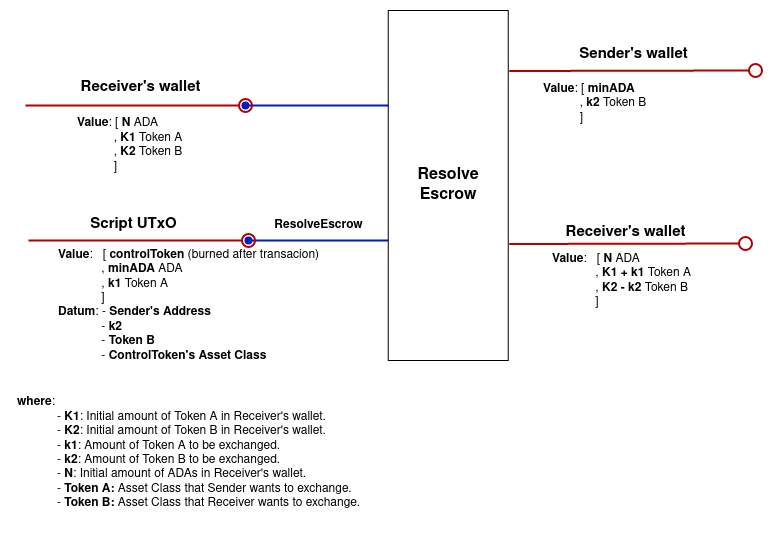
Earlier version of the draw.io export tutorial/img/resolveEscrow.png (mrpejker/cardano-e2e-example). Source tidied: cells renumbered, new cells last; positions are measured from the earlier drawing's top-left corner, leaving out a move shared by most shapes.
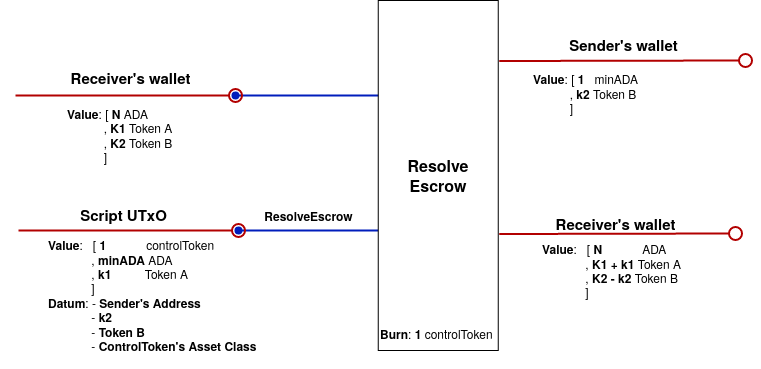
Above is the later version.

Change to the diagram source:
```diff
@@ -32,16 +32,16 @@
     <mxCell id="8" value="&lt;div style=&quot;&quot;&gt;&lt;b&gt;Value&lt;/b&gt;: [ &lt;b&gt;N&lt;/b&gt; ADA&lt;/div&gt;&lt;div style=&quot;&quot;&gt;&amp;nbsp;&amp;nbsp;&amp;nbsp;&amp;nbsp;&amp;nbsp;&amp;nbsp;&amp;nbsp;&amp;nbsp;&amp;nbsp;&amp;nbsp; , &lt;b&gt;K1&lt;/b&gt; Token A&lt;br&gt;&lt;/div&gt;&lt;div style=&quot;&quot;&gt;&amp;nbsp;&amp;nbsp;&amp;nbsp;&amp;nbsp;&amp;nbsp;&amp;nbsp;&amp;nbsp;&amp;nbsp;&amp;nbsp;&amp;nbsp; , &lt;b&gt;K2&lt;/b&gt; Token B&lt;br&gt;&lt;/div&gt;&lt;div style=&quot;&quot;&gt;&amp;nbsp;&amp;nbsp;&amp;nbsp;&amp;nbsp;&amp;nbsp;&amp;nbsp;&amp;nbsp;&amp;nbsp;&amp;nbsp;&amp;nbsp; ]&lt;/div&gt;" style="text;html=1;align=left;verticalAlign=middle;strokeColor=none;fillColor=none;" parent="1" vertex="1">
       <mxGeometry x="60" y="100" width="130" height="70" as="geometry" />
     </mxCell>
-    <mxCell id="9" value="&lt;div style=&quot;caret-color: rgb(0, 0, 0); color: rgb(0, 0, 0); font-family: Helvetica; font-size: 12px; font-style: normal; font-variant-caps: normal; letter-spacing: normal; text-align: left; text-indent: 0px; text-transform: none; word-spacing: 0px; -webkit-text-stroke-width: 0px; text-decoration: none;&quot;&gt;&lt;span style=&quot;font-weight: 400;&quot;&gt;&lt;b&gt;Value&lt;/b&gt;: [ &lt;/span&gt;&lt;b&gt;minADA&lt;/b&gt;&lt;/div&gt;&lt;div style=&quot;caret-color: rgb(0, 0, 0); color: rgb(0, 0, 0); font-family: Helvetica; font-size: 12px; font-style: normal; font-variant-caps: normal; letter-spacing: normal; text-align: left; text-indent: 0px; text-transform: none; word-spacing: 0px; -webkit-text-stroke-width: 0px; text-decoration: none;&quot;&gt;&amp;nbsp; &amp;nbsp; &amp;nbsp; &amp;nbsp; &amp;nbsp;&amp;nbsp; , &lt;b&gt;k2&lt;/b&gt; Token B&lt;br&gt;&lt;/div&gt;&lt;div style=&quot;caret-color: rgb(0, 0, 0); color: rgb(0, 0, 0); font-family: Helvetica; font-size: 12px; font-style: normal; font-variant-caps: normal; letter-spacing: normal; text-align: left; text-indent: 0px; text-transform: none; word-spacing: 0px; -webkit-text-stroke-width: 0px; text-decoration: none;&quot;&gt;&amp;nbsp;&amp;nbsp;&amp;nbsp;&amp;nbsp;&amp;nbsp;&amp;nbsp;&amp;nbsp;&amp;nbsp;&amp;nbsp;&amp;nbsp; ]&lt;/div&gt;" style="text;whiteSpace=wrap;html=1;fontSize=15;" parent="1" vertex="1">
+    <mxCell id="9" value="&lt;div style=&quot;caret-color: rgb(0, 0, 0); color: rgb(0, 0, 0); font-family: Helvetica; font-size: 12px; font-style: normal; font-variant-caps: normal; letter-spacing: normal; text-align: left; text-indent: 0px; text-transform: none; word-spacing: 0px; -webkit-text-stroke-width: 0px; text-decoration: none;&quot;&gt;&lt;span style=&quot;font-weight: 400;&quot;&gt;&lt;b&gt;Value&lt;/b&gt;: [ &lt;b&gt;1&lt;/b&gt;&amp;nbsp;&amp;nbsp; &lt;/span&gt;minADA&lt;/div&gt;&lt;div style=&quot;caret-color: rgb(0, 0, 0); color: rgb(0, 0, 0); font-family: Helvetica; font-size: 12px; font-style: normal; font-variant-caps: normal; letter-spacing: normal; text-align: left; text-indent: 0px; text-transform: none; word-spacing: 0px; -webkit-text-stroke-width: 0px; text-decoration: none;&quot;&gt;&amp;nbsp; &amp;nbsp; &amp;nbsp; &amp;nbsp; &amp;nbsp;&amp;nbsp; , &lt;b&gt;k2&lt;/b&gt; Token B&lt;br&gt;&lt;/div&gt;&lt;div style=&quot;caret-color: rgb(0, 0, 0); color: rgb(0, 0, 0); font-family: Helvetica; font-size: 12px; font-style: normal; font-variant-caps: normal; letter-spacing: normal; text-align: left; text-indent: 0px; text-transform: none; word-spacing: 0px; -webkit-text-stroke-width: 0px; text-decoration: none;&quot;&gt;&amp;nbsp;&amp;nbsp;&amp;nbsp;&amp;nbsp;&amp;nbsp;&amp;nbsp;&amp;nbsp;&amp;nbsp;&amp;nbsp;&amp;nbsp; ]&lt;/div&gt;" style="text;whiteSpace=wrap;html=1;fontSize=15;" parent="1" vertex="1">
       <mxGeometry x="526.2" y="65" width="211.8" height="55" as="geometry" />
     </mxCell>
     <mxCell id="10" value="&lt;font style=&quot;font-size: 15px;&quot;&gt;&lt;b&gt;Script UTxO&lt;/b&gt;&lt;/font&gt;" style="text;html=1;align=center;verticalAlign=middle;strokeColor=none;fillColor=none;" parent="1" vertex="1">
       <mxGeometry x="63" y="199" width="110" height="30" as="geometry" />
     </mxCell>
-    <mxCell id="11" value="&lt;div style=&quot;caret-color: rgb(0, 0, 0); color: rgb(0, 0, 0); font-family: Helvetica; font-size: 12px; font-style: normal; font-variant-caps: normal; letter-spacing: normal; text-align: left; text-indent: 0px; text-transform: none; word-spacing: 0px; -webkit-text-stroke-width: 0px; text-decoration: none;&quot;&gt;&lt;span style=&quot;font-weight: 400;&quot;&gt;&lt;b&gt;Value&lt;/b&gt;: &amp;nbsp; [ &lt;b&gt;controlToken&lt;/b&gt;&lt;/span&gt;&lt;b&gt; &lt;/b&gt;(burned after transacion)&lt;b&gt;&lt;br&gt;&lt;/b&gt;&lt;span style=&quot;font-weight: 400;&quot;&gt;&amp;nbsp; &amp;nbsp; &amp;nbsp; &amp;nbsp; &amp;nbsp; &amp;nbsp; &amp;nbsp;, &lt;/span&gt;&lt;b&gt;minADA&lt;/b&gt;&amp;nbsp;ADA&lt;br&gt;&lt;span style=&quot;background-color: initial;&quot;&gt;&amp;nbsp; &amp;nbsp; &amp;nbsp; &amp;nbsp; &amp;nbsp; &amp;nbsp; &amp;nbsp;, &lt;/span&gt;&lt;b style=&quot;background-color: initial;&quot;&gt;k1&lt;/b&gt;&lt;span style=&quot;background-color: initial;&quot;&gt; Token A&lt;br&gt;&lt;/span&gt;&lt;/div&gt;&lt;div style=&quot;caret-color: rgb(0, 0, 0); color: rgb(0, 0, 0); font-family: Helvetica; font-size: 12px; font-style: normal; font-variant-caps: normal; letter-spacing: normal; text-align: left; text-indent: 0px; text-transform: none; word-spacing: 0px; -webkit-text-stroke-width: 0px; text-decoration: none;&quot;&gt;&lt;span style=&quot;background-color: initial;&quot;&gt;&amp;nbsp; &amp;nbsp; &amp;nbsp; &amp;nbsp; &amp;nbsp; &amp;nbsp; &amp;nbsp;]&lt;/span&gt;&lt;/div&gt;&lt;div style=&quot;caret-color: rgb(0, 0, 0); color: rgb(0, 0, 0); font-family: Helvetica; font-size: 12px; font-style: normal; font-variant-caps: normal; letter-spacing: normal; text-align: left; text-indent: 0px; text-transform: none; word-spacing: 0px; -webkit-text-stroke-width: 0px; text-decoration: none;&quot;&gt;&lt;span style=&quot;background-color: initial;&quot;&gt;&lt;b&gt;Datum&lt;/b&gt;: - &lt;b&gt;Sender's Address&lt;/b&gt;&lt;br&gt;&lt;/span&gt;&lt;span style=&quot;background-color: initial;&quot;&gt;&lt;/span&gt;&lt;/div&gt;&lt;span style=&quot;caret-color: rgb(0, 0, 0);&quot;&gt;&lt;span style=&quot;&quot;&gt;&#9;&lt;/span&gt;&amp;nbsp; &amp;nbsp; &amp;nbsp; &amp;nbsp; &amp;nbsp; &amp;nbsp;&amp;nbsp; - &lt;/span&gt;&lt;b style=&quot;caret-color: rgb(0, 0, 0);&quot;&gt;k2&lt;/b&gt;&lt;span style=&quot;caret-color: rgb(0, 0, 0);&quot;&gt;&lt;/span&gt;&lt;div style=&quot;caret-color: rgb(0, 0, 0); color: rgb(0, 0, 0); font-family: Helvetica; font-size: 12px; font-style: normal; font-variant-caps: normal; letter-spacing: normal; text-align: left; text-indent: 0px; text-transform: none; word-spacing: 0px; -webkit-text-stroke-width: 0px; text-decoration: none;&quot;&gt;&amp;nbsp; &amp;nbsp; &amp;nbsp; &amp;nbsp; &amp;nbsp; &amp;nbsp; &amp;nbsp;- &lt;b&gt;Token B&lt;/b&gt;&lt;/div&gt;&lt;div style=&quot;caret-color: rgb(0, 0, 0); color: rgb(0, 0, 0); font-family: Helvetica; font-size: 12px; font-style: normal; font-variant-caps: normal; letter-spacing: normal; text-align: left; text-indent: 0px; text-transform: none; word-spacing: 0px; -webkit-text-stroke-width: 0px; text-decoration: none;&quot;&gt;&lt;b&gt;&amp;nbsp;&amp;nbsp;&amp;nbsp;&amp;nbsp;&amp;nbsp;&amp;nbsp;&amp;nbsp;&amp;nbsp;&amp;nbsp;&amp;nbsp;&amp;nbsp;&amp;nbsp; &lt;/b&gt;- &lt;b&gt;ControlToken's Asset Class&lt;/b&gt;&lt;br&gt;&lt;/div&gt;&lt;div style=&quot;caret-color: rgb(0, 0, 0); color: rgb(0, 0, 0); font-family: Helvetica; font-size: 12px; font-style: normal; font-variant-caps: normal; letter-spacing: normal; text-align: left; text-indent: 0px; text-transform: none; word-spacing: 0px; -webkit-text-stroke-width: 0px; text-decoration: none;&quot;&gt;&lt;span style=&quot;&quot;&gt;&#9;&lt;/span&gt;&amp;nbsp; &amp;nbsp;&amp;nbsp; &lt;br&gt;&lt;/div&gt;" style="text;whiteSpace=wrap;html=1;fontSize=12;" parent="1" vertex="1">
+    <mxCell id="11" value="&lt;div style=&quot;caret-color: rgb(0, 0, 0); color: rgb(0, 0, 0); font-family: Helvetica; font-size: 12px; font-style: normal; font-variant-caps: normal; letter-spacing: normal; text-align: left; text-indent: 0px; text-transform: none; word-spacing: 0px; -webkit-text-stroke-width: 0px; text-decoration: none;&quot;&gt;&lt;span style=&quot;font-weight: 400;&quot;&gt;&lt;b&gt;Value&lt;/b&gt;: &amp;nbsp; [ &lt;b&gt;1&amp;nbsp;&amp;nbsp;&amp;nbsp;&amp;nbsp;&amp;nbsp;&amp;nbsp;&amp;nbsp;&amp;nbsp;&amp;nbsp;&amp;nbsp;&amp;nbsp; &lt;/b&gt;controlToken&lt;/span&gt;&lt;b&gt; &lt;/b&gt;&lt;b&gt;&lt;br&gt;&lt;/b&gt;&lt;span style=&quot;font-weight: 400;&quot;&gt;&amp;nbsp; &amp;nbsp; &amp;nbsp; &amp;nbsp; &amp;nbsp; &amp;nbsp; &amp;nbsp;, &lt;/span&gt;&lt;b&gt;minADA&lt;/b&gt;&amp;nbsp;ADA&lt;br&gt;&lt;span style=&quot;background-color: initial;&quot;&gt;&amp;nbsp; &amp;nbsp; &amp;nbsp; &amp;nbsp; &amp;nbsp; &amp;nbsp; &amp;nbsp;, &lt;/span&gt;&lt;b style=&quot;background-color: initial;&quot;&gt;k1&lt;/b&gt;&lt;span style=&quot;background-color: initial;&quot;&gt;&amp;nbsp;&amp;nbsp;&amp;nbsp;&amp;nbsp;&amp;nbsp;&amp;nbsp;&amp;nbsp;&amp;nbsp;&amp;nbsp; Token A&lt;br&gt;&lt;/span&gt;&lt;/div&gt;&lt;div style=&quot;caret-color: rgb(0, 0, 0); color: rgb(0, 0, 0); font-family: Helvetica; font-size: 12px; font-style: normal; font-variant-caps: normal; letter-spacing: normal; text-align: left; text-indent: 0px; text-transform: none; word-spacing: 0px; -webkit-text-stroke-width: 0px; text-decoration: none;&quot;&gt;&lt;span style=&quot;background-color: initial;&quot;&gt;&amp;nbsp; &amp;nbsp; &amp;nbsp; &amp;nbsp; &amp;nbsp; &amp;nbsp; &amp;nbsp;]&lt;/span&gt;&lt;/div&gt;&lt;div style=&quot;caret-color: rgb(0, 0, 0); color: rgb(0, 0, 0); font-family: Helvetica; font-size: 12px; font-style: normal; font-variant-caps: normal; letter-spacing: normal; text-align: left; text-indent: 0px; text-transform: none; word-spacing: 0px; -webkit-text-stroke-width: 0px; text-decoration: none;&quot;&gt;&lt;span style=&quot;background-color: initial;&quot;&gt;&lt;b&gt;Datum&lt;/b&gt;: - &lt;b&gt;Sender's Address&lt;/b&gt;&lt;br&gt;&lt;/span&gt;&lt;span style=&quot;background-color: initial;&quot;&gt;&lt;/span&gt;&lt;/div&gt;&lt;span style=&quot;caret-color: rgb(0, 0, 0);&quot;&gt;&lt;span style=&quot;&quot;&gt;&#9;&lt;/span&gt;&amp;nbsp; &amp;nbsp; &amp;nbsp; &amp;nbsp; &amp;nbsp; &amp;nbsp;&amp;nbsp; - &lt;/span&gt;&lt;b style=&quot;caret-color: rgb(0, 0, 0);&quot;&gt;k2&lt;/b&gt;&lt;span style=&quot;caret-color: rgb(0, 0, 0);&quot;&gt;&lt;/span&gt;&lt;div style=&quot;caret-color: rgb(0, 0, 0); color: rgb(0, 0, 0); font-family: Helvetica; font-size: 12px; font-style: normal; font-variant-caps: normal; letter-spacing: normal; text-align: left; text-indent: 0px; text-transform: none; word-spacing: 0px; -webkit-text-stroke-width: 0px; text-decoration: none;&quot;&gt;&amp;nbsp; &amp;nbsp; &amp;nbsp; &amp;nbsp; &amp;nbsp; &amp;nbsp; &amp;nbsp;- &lt;b&gt;Token B&lt;/b&gt;&lt;/div&gt;&lt;div style=&quot;caret-color: rgb(0, 0, 0); color: rgb(0, 0, 0); font-family: Helvetica; font-size: 12px; font-style: normal; font-variant-caps: normal; letter-spacing: normal; text-align: left; text-indent: 0px; text-transform: none; word-spacing: 0px; -webkit-text-stroke-width: 0px; text-decoration: none;&quot;&gt;&lt;b&gt;&amp;nbsp;&amp;nbsp;&amp;nbsp;&amp;nbsp;&amp;nbsp;&amp;nbsp;&amp;nbsp;&amp;nbsp;&amp;nbsp;&amp;nbsp;&amp;nbsp;&amp;nbsp; &lt;/b&gt;- &lt;b&gt;ControlToken's Asset Class&lt;/b&gt;&lt;br&gt;&lt;/div&gt;&lt;div style=&quot;caret-color: rgb(0, 0, 0); color: rgb(0, 0, 0); font-family: Helvetica; font-size: 12px; font-style: normal; font-variant-caps: normal; letter-spacing: normal; text-align: left; text-indent: 0px; text-transform: none; word-spacing: 0px; -webkit-text-stroke-width: 0px; text-decoration: none;&quot;&gt;&lt;span style=&quot;&quot;&gt;&#9;&lt;/span&gt;&amp;nbsp; &amp;nbsp;&amp;nbsp; &lt;br&gt;&lt;/div&gt;" style="text;whiteSpace=wrap;html=1;fontSize=12;" parent="1" vertex="1">
       <mxGeometry x="41.2" y="231" width="268.8" height="129" as="geometry" />
     </mxCell>
-    <mxCell id="12" value="&lt;div style=&quot;caret-color: rgb(0, 0, 0); color: rgb(0, 0, 0); font-family: Helvetica; font-size: 12px; font-style: normal; font-variant-caps: normal; letter-spacing: normal; text-align: left; text-indent: 0px; text-transform: none; word-spacing: 0px; -webkit-text-stroke-width: 0px; text-decoration: none;&quot;&gt;&lt;span style=&quot;font-weight: 400;&quot;&gt;&lt;b&gt;Value&lt;/b&gt;: &amp;nbsp; [ &lt;b&gt;N&lt;/b&gt;&lt;/span&gt; ADA&lt;/div&gt;&lt;div style=&quot;caret-color: rgb(0, 0, 0); color: rgb(0, 0, 0); font-family: Helvetica; font-size: 12px; font-style: normal; font-variant-caps: normal; letter-spacing: normal; text-align: left; text-indent: 0px; text-transform: none; word-spacing: 0px; -webkit-text-stroke-width: 0px; text-decoration: none;&quot;&gt;&lt;span style=&quot;background-color: initial;&quot;&gt;&amp;nbsp; &amp;nbsp; &amp;nbsp; &amp;nbsp; &amp;nbsp; &amp;nbsp; &amp;nbsp;, &lt;b&gt;K1 + k1 &lt;/b&gt;Token A&lt;br&gt;&lt;/span&gt;&lt;/div&gt;&lt;div style=&quot;caret-color: rgb(0, 0, 0); color: rgb(0, 0, 0); font-family: Helvetica; font-size: 12px; font-style: normal; font-variant-caps: normal; letter-spacing: normal; text-align: left; text-indent: 0px; text-transform: none; word-spacing: 0px; -webkit-text-stroke-width: 0px; text-decoration: none;&quot;&gt;&lt;span style=&quot;background-color: initial;&quot;&gt;&lt;span style=&quot;white-space: pre;&quot;&gt;&#9;&lt;/span&gt;&amp;nbsp;&amp;nbsp;&amp;nbsp;&amp;nbsp; , &lt;b&gt;K2 - k2 &lt;/b&gt;Token B&lt;br&gt;&lt;/span&gt;&lt;span style=&quot;background-color: initial;&quot;&gt;&lt;/span&gt;&lt;/div&gt;&lt;div style=&quot;caret-color: rgb(0, 0, 0); color: rgb(0, 0, 0); font-family: Helvetica; font-size: 12px; font-style: normal; font-variant-caps: normal; letter-spacing: normal; text-align: left; text-indent: 0px; text-transform: none; word-spacing: 0px; -webkit-text-stroke-width: 0px; text-decoration: none;&quot;&gt;&lt;span style=&quot;background-color: initial;&quot;&gt;&lt;span style=&quot;white-space: pre;&quot;&gt;&#9;&lt;/span&gt;&amp;nbsp; &amp;nbsp; &amp;nbsp;]&lt;/span&gt;&lt;/div&gt;" style="text;whiteSpace=wrap;html=1;fontSize=12;" parent="1" vertex="1">
+    <mxCell id="12" value="&lt;div style=&quot;caret-color: rgb(0, 0, 0); color: rgb(0, 0, 0); font-family: Helvetica; font-size: 12px; font-style: normal; font-variant-caps: normal; letter-spacing: normal; text-align: left; text-indent: 0px; text-transform: none; word-spacing: 0px; -webkit-text-stroke-width: 0px; text-decoration: none;&quot;&gt;&lt;span style=&quot;font-weight: 400;&quot;&gt;&lt;b&gt;Value&lt;/b&gt;: &amp;nbsp; [ &lt;b&gt;N&lt;/b&gt;&lt;/span&gt;&amp;nbsp;&amp;nbsp;&amp;nbsp;&amp;nbsp;&amp;nbsp;&amp;nbsp;&amp;nbsp;&amp;nbsp;&amp;nbsp;&amp;nbsp;&amp;nbsp; ADA&lt;/div&gt;&lt;div style=&quot;caret-color: rgb(0, 0, 0); color: rgb(0, 0, 0); font-family: Helvetica; font-size: 12px; font-style: normal; font-variant-caps: normal; letter-spacing: normal; text-align: left; text-indent: 0px; text-transform: none; word-spacing: 0px; -webkit-text-stroke-width: 0px; text-decoration: none;&quot;&gt;&lt;span style=&quot;background-color: initial;&quot;&gt;&amp;nbsp; &amp;nbsp; &amp;nbsp; &amp;nbsp; &amp;nbsp; &amp;nbsp; &amp;nbsp;, &lt;b&gt;K1 + k1 &lt;/b&gt;Token A&lt;br&gt;&lt;/span&gt;&lt;/div&gt;&lt;div style=&quot;caret-color: rgb(0, 0, 0); color: rgb(0, 0, 0); font-family: Helvetica; font-size: 12px; font-style: normal; font-variant-caps: normal; letter-spacing: normal; text-align: left; text-indent: 0px; text-transform: none; word-spacing: 0px; -webkit-text-stroke-width: 0px; text-decoration: none;&quot;&gt;&lt;span style=&quot;background-color: initial;&quot;&gt;&lt;span style=&quot;white-space: pre;&quot;&gt;&#9;&lt;/span&gt;&amp;nbsp;&amp;nbsp;&amp;nbsp;&amp;nbsp; , &lt;b&gt;K2 - k2 &lt;/b&gt;Token B&lt;br&gt;&lt;/span&gt;&lt;span style=&quot;background-color: initial;&quot;&gt;&lt;/span&gt;&lt;/div&gt;&lt;div style=&quot;caret-color: rgb(0, 0, 0); color: rgb(0, 0, 0); font-family: Helvetica; font-size: 12px; font-style: normal; font-variant-caps: normal; letter-spacing: normal; text-align: left; text-indent: 0px; text-transform: none; word-spacing: 0px; -webkit-text-stroke-width: 0px; text-decoration: none;&quot;&gt;&lt;span style=&quot;background-color: initial;&quot;&gt;&lt;span style=&quot;white-space: pre;&quot;&gt;&#9;&lt;/span&gt;&amp;nbsp; &amp;nbsp; &amp;nbsp;]&lt;/span&gt;&lt;/div&gt;" style="text;whiteSpace=wrap;html=1;fontSize=12;" parent="1" vertex="1">
       <mxGeometry x="535" y="235" width="190" height="75" as="geometry" />
     </mxCell>
     <mxCell id="13" style="edgeStyle=none;rounded=0;orthogonalLoop=1;jettySize=auto;html=1;startArrow=none;startFill=0;endArrow=oval;endFill=0;strokeColor=#B20000;fillColor=#e51400;strokeWidth=2;endSize=13;" parent="1" edge="1">
@@ -74,8 +74,8 @@
     <mxCell id="19" value="&lt;b&gt;&lt;font style=&quot;font-size: 15px;&quot;&gt;Receiver's wallet&lt;/font&gt;&lt;/b&gt;" style="text;html=1;align=center;verticalAlign=middle;strokeColor=none;fillColor=none;fontSize=22;" parent="1" vertex="1">
       <mxGeometry x="540" y="200" width="140" height="40" as="geometry" />
     </mxCell>
-    <mxCell id="20" value="&lt;div style=&quot;&quot;&gt;&lt;b&gt;where&lt;/b&gt;:&lt;/div&gt;&lt;blockquote style=&quot;margin: 0 0 0 40px; border: none; padding: 0px;&quot;&gt;&lt;div style=&quot;&quot;&gt;- &lt;b&gt;K1&lt;/b&gt;: Initial amount of Token A in Receiver's wallet.&lt;/div&gt;&lt;div style=&quot;&quot;&gt;- &lt;b&gt;K2&lt;/b&gt;: Initial amount of Token B in Receiver's wallet.&lt;br&gt;&lt;/div&gt;&lt;div style=&quot;&quot;&gt;&lt;div style=&quot;&quot;&gt;- &lt;b&gt;k1&lt;/b&gt;: Amount of Token A to be exchanged.&lt;/div&gt;&lt;div style=&quot;&quot;&gt;- &lt;b&gt;k2&lt;/b&gt;: Amount of Token B to be exchanged.&lt;/div&gt;&lt;div style=&quot;&quot;&gt;- &lt;b&gt;N&lt;/b&gt;: Initial amount of ADAs in Receiver's wallet.&lt;/div&gt;&lt;/div&gt;&lt;div style=&quot;&quot;&gt;- &lt;b&gt;Token A:&lt;/b&gt; Asset Class that Sender wants to exchange.&lt;/div&gt;&lt;div style=&quot;&quot;&gt;- &lt;b&gt;Token B: &lt;/b&gt;Asset Class that Receiver wants to exchange.&lt;br&gt;&lt;/div&gt;&lt;br&gt;&lt;/blockquote&gt;" style="text;html=1;align=left;verticalAlign=middle;strokeColor=none;fillColor=none;" parent="1" vertex="1">
-      <mxGeometry y="380" width="370" height="140" as="geometry" />
-    </mxCell>
+    <mxCell id="21" value="&lt;div style=&quot;caret-color: rgb(0, 0, 0); color: rgb(0, 0, 0); font-family: Helvetica; font-size: 12px; font-style: normal; font-variant-caps: normal; letter-spacing: normal; text-align: left; text-indent: 0px; text-transform: none; word-spacing: 0px; -webkit-text-stroke-width: 0px; text-decoration: none;&quot;&gt;&lt;span style=&quot;font-weight: 400;&quot;&gt;&lt;b&gt;Burn&lt;/b&gt;: &lt;b&gt;1&lt;/b&gt; controlToken&lt;br&gt;&lt;/span&gt;&lt;/div&gt;" style="text;whiteSpace=wrap;html=1;fontSize=12;" parent="1" vertex="1">
+      <mxGeometry x="372.8" y="320" width="140" height="30" as="geometry" />
+    </mxCell>
   </root>
 </mxGraphModel>
```
